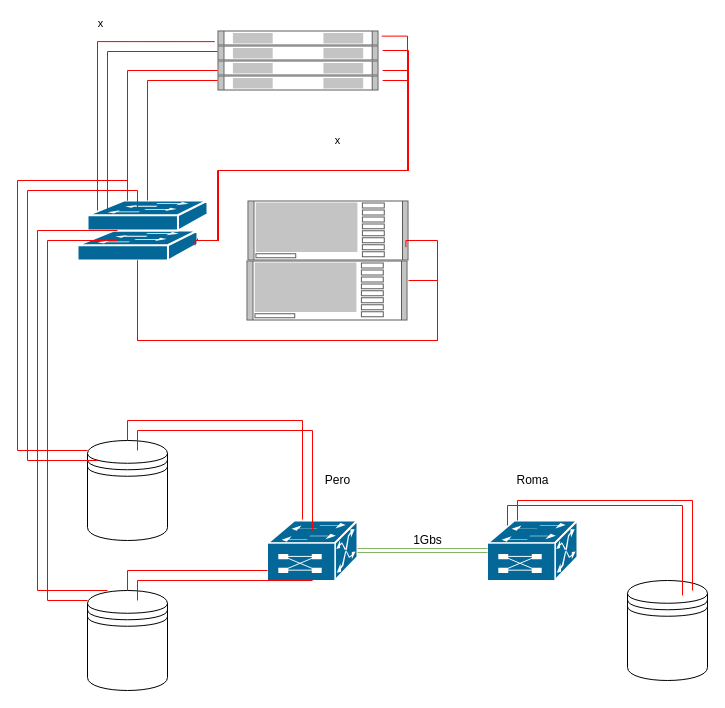
Above: UFI.drawio in mazmarz/visigoth (draw.io), before the change. Source tidied: cells renumbered, new cells numbered last; positions are measured from the earlier drawing's top-left corner, leaving out a move shared by most shapes. Both pictures are drawn from the tidied source at 100%, with x=0, y=0 at pixel (17, 30).
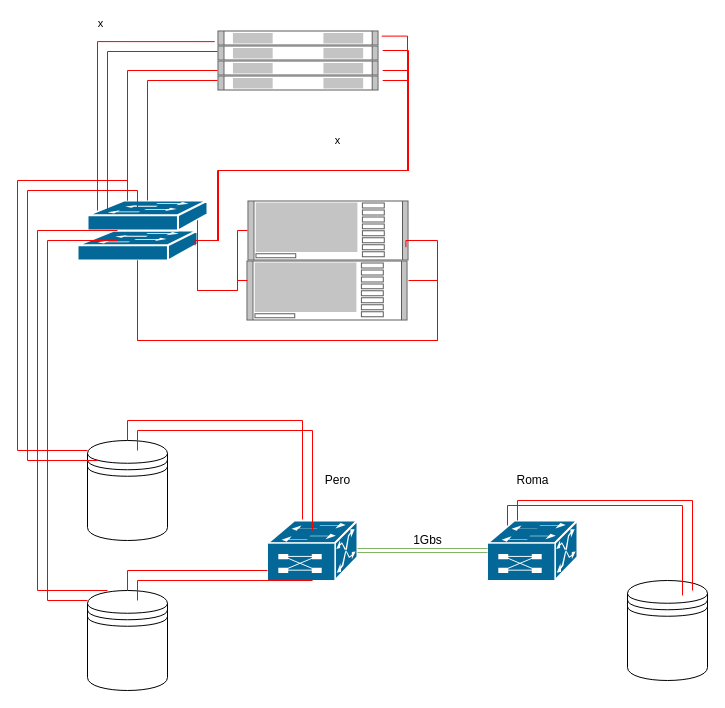
Above is the later version.

What changed in the source:
```diff
@@
+    <mxCell id="39" style="edgeStyle=orthogonalEdgeStyle;rounded=0;orthogonalLoop=1;jettySize=auto;html=1;fillColor=#d80073;strokeColor=#FF0000;startArrow=none;startFill=0;endArrow=none;endFill=0;" parent="1" edge="1">
+      <mxGeometry relative="1" as="geometry">
+        <mxPoint x="230" y="200" as="sourcePoint" />
+        <mxPoint x="180" y="190" as="targetPoint" />
+        <Array as="points">
+          <mxPoint x="230" y="200" />
+          <mxPoint x="220" y="200" />
+          <mxPoint x="220" y="260" />
+          <mxPoint x="180" y="260" />
+        </Array>
+      </mxGeometry>
+    </mxCell>
+    <mxCell id="40" style="edgeStyle=orthogonalEdgeStyle;rounded=0;orthogonalLoop=1;jettySize=auto;html=1;fillColor=#d80073;strokeColor=#FF0000;startArrow=none;startFill=0;endArrow=none;endFill=0;" parent="1" edge="1">
+      <mxGeometry relative="1" as="geometry">
+        <mxPoint x="230" y="250" as="sourcePoint" />
+        <mxPoint x="180" y="190" as="targetPoint" />
+        <Array as="points">
+          <mxPoint x="220" y="250" />
+          <mxPoint x="220" y="260" />
+          <mxPoint x="180" y="260" />
+        </Array>
+      </mxGeometry>
+    </mxCell>
```
